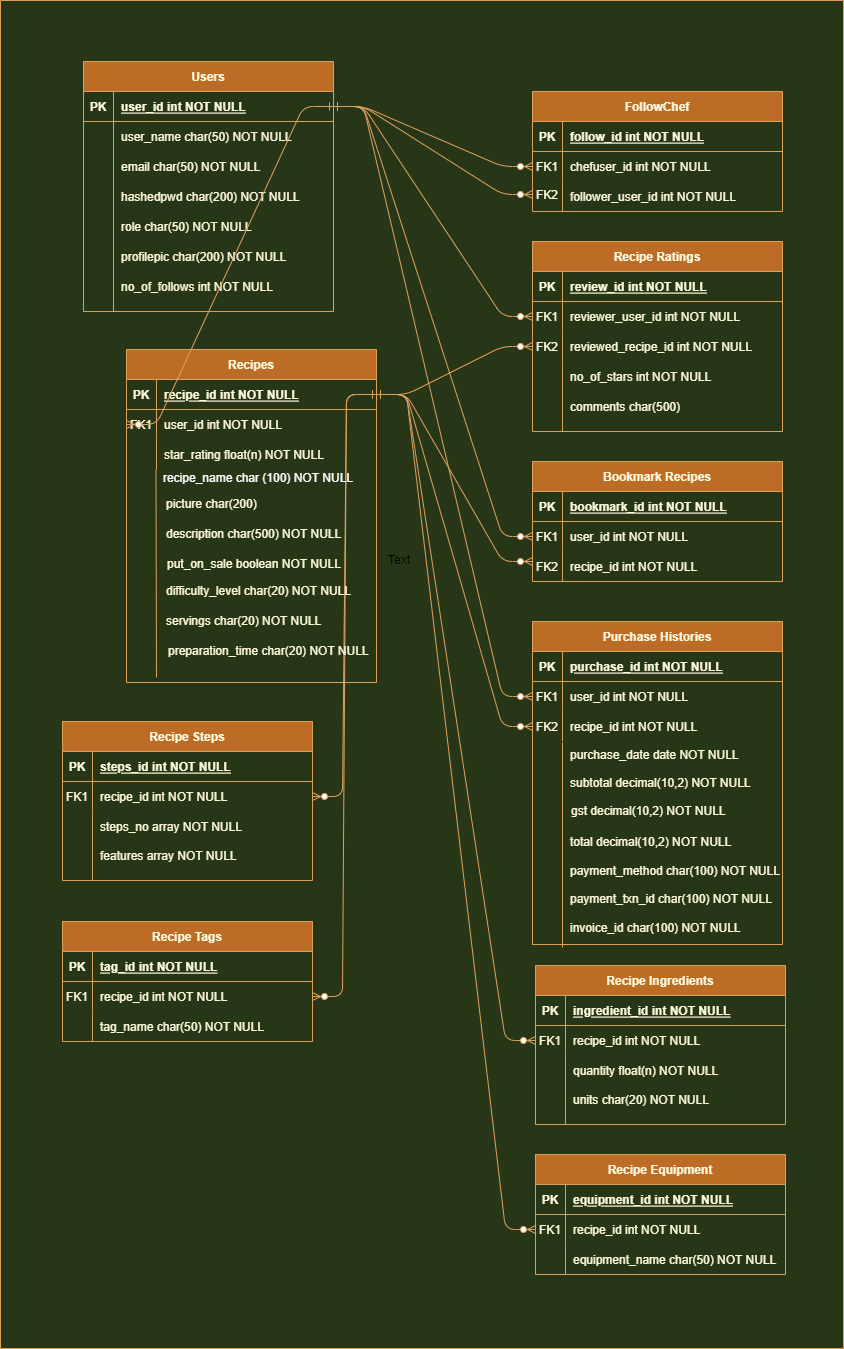
Earlier version of the draw.io export ERD.drawio.png (janiceyap/mod3-project-bakes). Source tidied: cells renumbered, new cells last; positions are measured from the earlier drawing's top-left corner, leaving out a move shared by most shapes.
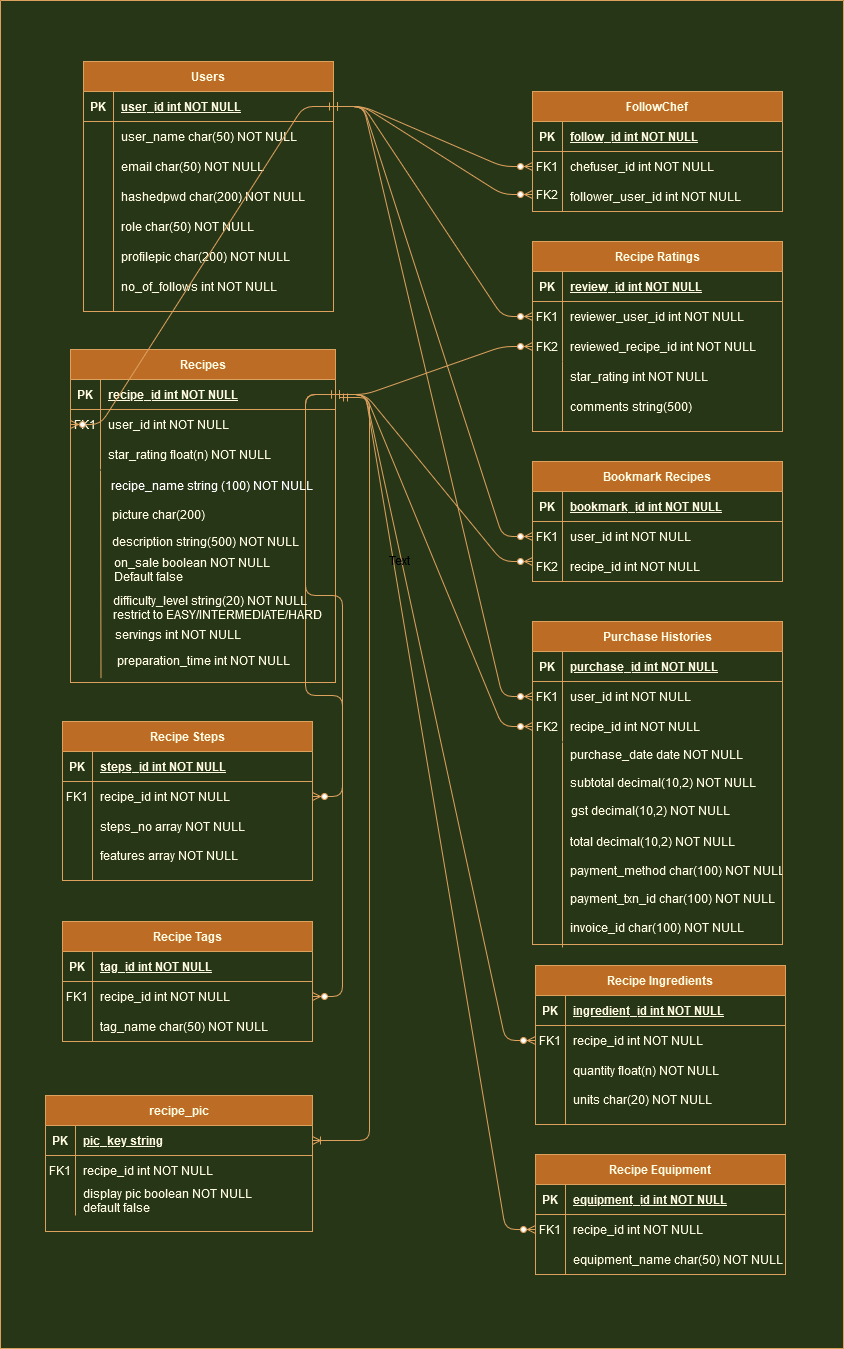
After the commit.

Commit message:
Update ERD for recipe pic and rating.drawio.png

Change to the diagram source:
```diff
@@ -82,7 +82,7 @@
     <mxCell id="27" value="FK2" style="shape=partialRectangle;overflow=hidden;fillColor=none;top=0;left=0;bottom=0;right=0;strokeColor=#DDA15E;fontColor=#FEFAE0;" parent="1" vertex="1">
       <mxGeometry x="532" y="331" width="30" height="30" as="geometry" />
     </mxCell>
-    <mxCell id="28" value="no_of_stars int NOT NULL" style="shape=partialRectangle;overflow=hidden;fillColor=none;top=0;left=0;bottom=0;right=0;align=left;spacingLeft=6;strokeColor=#DDA15E;fontColor=#FEFAE0;" parent="1" vertex="1">
+    <mxCell id="28" value="star_rating int NOT NULL" style="shape=partialRectangle;overflow=hidden;fillColor=none;top=0;left=0;bottom=0;right=0;align=left;spacingLeft=6;strokeColor=#DDA15E;fontColor=#FEFAE0;" parent="1" vertex="1">
       <mxGeometry x="562" y="361" width="220" height="30" as="geometry" />
     </mxCell>
     <mxCell id="29" style="endArrow=none;html=1;rounded=0;labelBackgroundColor=#283618;strokeColor=#DDA15E;fontColor=#FEFAE0;" parent="1" edge="1">
@@ -91,7 +91,7 @@
         <mxPoint x="562" y="431" as="targetPoint" />
       </mxGeometry>
     </mxCell>
-    <mxCell id="30" value="comments char(500)" style="shape=partialRectangle;overflow=hidden;fillColor=none;top=0;left=0;bottom=0;right=0;align=left;spacingLeft=6;strokeColor=#DDA15E;fontColor=#FEFAE0;" parent="1" vertex="1">
+    <mxCell id="30" value="comments string(500)" style="shape=partialRectangle;overflow=hidden;fillColor=none;top=0;left=0;bottom=0;right=0;align=left;spacingLeft=6;strokeColor=#DDA15E;fontColor=#FEFAE0;" parent="1" vertex="1">
       <mxGeometry x="562" y="391" width="220" height="30" as="geometry" />
     </mxCell>
     <mxCell id="31" value="Bookmark Recipes" style="shape=table;startSize=30;rowLines=0;fontStyle=1;align=center;fillColor=#BC6C25;strokeColor=#DDA15E;fontColor=#FEFAE0;" parent="1" vertex="1">
@@ -381,71 +381,101 @@
       <mxGeometry x="562" y="912" width="220" height="30" as="geometry" />
     </mxCell>
     <mxCell id="122" value="Recipes" style="shape=table;startSize=30;rowLines=0;fontStyle=1;align=center;fillColor=#BC6C25;strokeColor=#DDA15E;fontColor=#FEFAE0;" parent="81" vertex="1">
-      <mxGeometry x="126" y="349" width="250" height="333" as="geometry" />
+      <mxGeometry x="70" y="349" width="265" height="333" as="geometry" />
     </mxCell>
     <mxCell id="123" style="shape=partialRectangle;fillColor=none;points=[[0,0.5],[1,0.5]];portConstraint=eastwest;top=0;left=0;right=0;bottom=1;strokeColor=#DDA15E;fontColor=#FEFAE0;" parent="122" vertex="1">
-      <mxGeometry y="30" width="250" height="30" as="geometry" />
+      <mxGeometry y="30" width="265" height="30" as="geometry" />
     </mxCell>
     <mxCell id="124" value="PK" style="shape=partialRectangle;overflow=hidden;fillColor=none;top=0;left=0;bottom=0;right=0;fontStyle=1;strokeColor=#DDA15E;fontColor=#FEFAE0;" parent="123" vertex="1">
       <mxGeometry width="30" height="30" as="geometry" />
     </mxCell>
     <mxCell id="125" value="recipe_id int NOT NULL " style="shape=partialRectangle;overflow=hidden;fillColor=none;top=0;left=0;bottom=0;right=0;align=left;spacingLeft=6;fontStyle=5;strokeColor=#DDA15E;fontColor=#FEFAE0;" parent="123" vertex="1">
-      <mxGeometry x="30" width="220" height="30" as="geometry" />
+      <mxGeometry x="30" width="235" height="30" as="geometry" />
     </mxCell>
     <mxCell id="126" style="shape=partialRectangle;fillColor=none;points=[[0,0.5],[1,0.5]];portConstraint=eastwest;top=0;left=0;right=0;bottom=0;strokeColor=#DDA15E;fontColor=#FEFAE0;" parent="122" vertex="1">
-      <mxGeometry y="60" width="250" height="30" as="geometry" />
+      <mxGeometry y="60" width="265" height="30" as="geometry" />
     </mxCell>
     <mxCell id="127" value="FK1" style="shape=partialRectangle;overflow=hidden;fillColor=none;top=0;left=0;bottom=0;right=0;strokeColor=#DDA15E;fontColor=#FEFAE0;" parent="126" vertex="1">
       <mxGeometry width="30" height="30" as="geometry" />
     </mxCell>
     <mxCell id="128" value="user_id int NOT NULL" style="shape=partialRectangle;overflow=hidden;fillColor=none;top=0;left=0;bottom=0;right=0;align=left;spacingLeft=6;strokeColor=#DDA15E;fontColor=#FEFAE0;" parent="126" vertex="1">
-      <mxGeometry x="30" width="220" height="30" as="geometry" />
+      <mxGeometry x="30" width="235" height="30" as="geometry" />
     </mxCell>
     <mxCell id="129" style="shape=partialRectangle;fillColor=none;top=0;left=0;right=0;bottom=0;strokeColor=#DDA15E;fontColor=#FEFAE0;" parent="122" vertex="1">
-      <mxGeometry y="90" width="250" height="30" as="geometry" />
+      <mxGeometry y="90" width="265" height="30" as="geometry" />
     </mxCell>
     <mxCell id="130" style="shape=partialRectangle;overflow=hidden;fillColor=none;top=0;left=0;bottom=0;right=0;strokeColor=#DDA15E;fontColor=#FEFAE0;" parent="129" vertex="1">
       <mxGeometry width="30" height="30" as="geometry" />
     </mxCell>
     <mxCell id="131" value="star_rating float(n) NOT NULL" style="shape=partialRectangle;overflow=hidden;fillColor=none;top=0;left=0;bottom=0;right=0;align=left;spacingLeft=6;strokeColor=#DDA15E;fontColor=#FEFAE0;" parent="129" vertex="1">
-      <mxGeometry x="30" width="220" height="30" as="geometry" />
+      <mxGeometry x="30" width="235" height="30" as="geometry" />
     </mxCell>
     <mxCell id="132" value="picture char(200)" style="shape=partialRectangle;overflow=hidden;fillColor=none;top=0;left=0;bottom=0;right=0;align=left;spacingLeft=6;strokeColor=#DDA15E;fontColor=#FEFAE0;" parent="81" vertex="1">
-      <mxGeometry x="158" y="488" width="220" height="29" as="geometry" />
+      <mxGeometry x="104" y="499" width="220" height="29" as="geometry" />
     </mxCell>
     <mxCell id="133" style="endArrow=none;html=1;rounded=0;labelBackgroundColor=#283618;strokeColor=#DDA15E;fontColor=#FEFAE0;entryX=0.122;entryY=0.997;entryDx=0;entryDy=0;entryPerimeter=0;" parent="81" edge="1">
       <mxGeometry relative="1" as="geometry">
-        <mxPoint x="156" y="677" as="sourcePoint" />
-        <mxPoint x="155.5" y="468.9" as="targetPoint" />
+        <mxPoint x="100.5" y="678.1" as="sourcePoint" />
+        <mxPoint x="100" y="470" as="targetPoint" />
       </mxGeometry>
     </mxCell>
     <mxCell id="134" style="edgeStyle=entityRelationEdgeStyle;endArrow=ERzeroToMany;startArrow=ERone;endFill=1;startFill=0;labelBackgroundColor=#283618;strokeColor=#DDA15E;fontColor=#FEFAE0;" parent="81" edge="1" source="123" target="99">
       <mxGeometry relative="1" as="geometry" />
     </mxCell>
-    <mxCell id="135" value="description char(500) NOT NULL" style="shape=partialRectangle;overflow=hidden;fillColor=none;top=0;left=0;bottom=0;right=0;align=left;spacingLeft=6;strokeColor=#DDA15E;fontColor=#FEFAE0;" parent="81" vertex="1">
-      <mxGeometry x="158" y="518" width="220" height="29" as="geometry" />
+    <mxCell id="135" value="description string(500) NOT NULL" style="shape=partialRectangle;overflow=hidden;fillColor=none;top=0;left=0;bottom=0;right=0;align=left;spacingLeft=6;strokeColor=#DDA15E;fontColor=#FEFAE0;" parent="81" vertex="1">
+      <mxGeometry x="104" y="526" width="220" height="29" as="geometry" />
     </mxCell>
     <mxCell id="136" style="edgeStyle=entityRelationEdgeStyle;endArrow=ERzeroToMany;startArrow=ERone;endFill=1;startFill=0;labelBackgroundColor=#283618;strokeColor=#DDA15E;fontColor=#FEFAE0;entryX=0;entryY=0.5;entryDx=0;entryDy=0;exitX=1;exitY=0.5;exitDx=0;exitDy=0;" parent="81" edge="1" source="123" target="111">
       <mxGeometry relative="1" as="geometry" />
     </mxCell>
-    <mxCell id="137" value="put_on_sale boolean NOT NULL" style="shape=partialRectangle;overflow=hidden;fillColor=none;top=0;left=0;bottom=0;right=0;align=left;spacingLeft=6;strokeColor=#DDA15E;fontColor=#FEFAE0;" parent="81" vertex="1">
-      <mxGeometry x="159" y="548" width="220" height="29" as="geometry" />
+    <mxCell id="137" value="on_sale boolean NOT NULL&#10;Default false&#10;" style="shape=partialRectangle;overflow=hidden;fillColor=none;top=0;left=0;bottom=0;right=0;align=left;spacingLeft=6;strokeColor=#DDA15E;fontColor=#FEFAE0;" parent="81" vertex="1">
+      <mxGeometry x="106" y="554" width="220" height="29" as="geometry" />
     </mxCell>
     <mxCell id="138" style="edgeStyle=entityRelationEdgeStyle;endArrow=ERzeroToMany;startArrow=ERone;endFill=1;startFill=0;exitX=1;exitY=0.5;exitDx=0;exitDy=0;labelBackgroundColor=#283618;strokeColor=#DDA15E;fontColor=#FEFAE0;entryX=0;entryY=0.5;entryDx=0;entryDy=0;" parent="81" edge="1" source="83" target="126">
       <mxGeometry relative="1" as="geometry" />
     </mxCell>
-    <mxCell id="139" value="difficulty_level char(20) NOT NULL" style="shape=partialRectangle;overflow=hidden;fillColor=none;top=0;left=0;bottom=0;right=0;align=left;spacingLeft=6;strokeColor=#DDA15E;fontColor=#FEFAE0;" parent="81" vertex="1">
-      <mxGeometry x="158" y="575" width="220" height="29" as="geometry" />
+    <mxCell id="139" value="difficulty_level string(20) NOT NULL&#10;restrict to EASY/INTERMEDIATE/HARD&#10;" style="shape=partialRectangle;overflow=hidden;fillColor=none;top=0;left=0;bottom=0;right=0;align=left;spacingLeft=6;strokeColor=#DDA15E;fontColor=#FEFAE0;" parent="81" vertex="1">
+      <mxGeometry x="105" y="592" width="220" height="35" as="geometry" />
     </mxCell>
-    <mxCell id="140" value="servings char(20) NOT NULL" style="shape=partialRectangle;overflow=hidden;fillColor=none;top=0;left=0;bottom=0;right=0;align=left;spacingLeft=6;strokeColor=#DDA15E;fontColor=#FEFAE0;" parent="81" vertex="1">
-      <mxGeometry x="158" y="605" width="220" height="29" as="geometry" />
+    <mxCell id="140" value="servings int NOT NULL" style="shape=partialRectangle;overflow=hidden;fillColor=none;top=0;left=0;bottom=0;right=0;align=left;spacingLeft=6;strokeColor=#DDA15E;fontColor=#FEFAE0;" parent="81" vertex="1">
+      <mxGeometry x="110" y="619" width="220" height="29" as="geometry" />
     </mxCell>
-    <mxCell id="141" value="preparation_time char(20) NOT NULL" style="shape=partialRectangle;overflow=hidden;fillColor=none;top=0;left=0;bottom=0;right=0;align=left;spacingLeft=6;strokeColor=#DDA15E;fontColor=#FEFAE0;" parent="81" vertex="1">
-      <mxGeometry x="160" y="635" width="220" height="29" as="geometry" />
+    <mxCell id="141" value="preparation_time int NOT NULL" style="shape=partialRectangle;overflow=hidden;fillColor=none;top=0;left=0;bottom=0;right=0;align=left;spacingLeft=6;strokeColor=#DDA15E;fontColor=#FEFAE0;" parent="81" vertex="1">
+      <mxGeometry x="109" y="645" width="220" height="29" as="geometry" />
     </mxCell>
-    <mxCell id="142" value="recipe_name char (100) NOT NULL" style="text;html=1;align=center;verticalAlign=middle;whiteSpace=wrap;rounded=0;fontColor=#FFFFFF;" parent="81" vertex="1">
-      <mxGeometry x="158" y="463" width="200" height="30" as="geometry" />
+    <mxCell id="142" value="recipe_name string (100) NOT NULL" style="text;html=1;align=center;verticalAlign=middle;whiteSpace=wrap;rounded=0;fontColor=#FFFFFF;" parent="81" vertex="1">
+      <mxGeometry x="104" y="470" width="218" height="30" as="geometry" />
     </mxCell>
+    <mxCell id="147" value="recipe_pic" style="shape=table;startSize=30;rowLines=0;fontStyle=1;align=center;fillColor=#BC6C25;strokeColor=#DDA15E;fontColor=#FEFAE0;" parent="81" vertex="1">
+      <mxGeometry x="45" y="1095" width="267" height="136" as="geometry" />
+    </mxCell>
+    <mxCell id="148" style="shape=partialRectangle;fillColor=none;points=[[0,0.5],[1,0.5]];portConstraint=eastwest;top=0;left=0;right=0;bottom=1;strokeColor=#DDA15E;fontColor=#FEFAE0;" parent="147" vertex="1">
+      <mxGeometry y="30" width="267" height="30" as="geometry" />
+    </mxCell>
+    <mxCell id="149" value="PK" style="shape=partialRectangle;overflow=hidden;fillColor=none;top=0;left=0;bottom=0;right=0;fontStyle=1;strokeColor=#DDA15E;fontColor=#FEFAE0;" parent="148" vertex="1">
+      <mxGeometry width="30" height="30" as="geometry" />
+    </mxCell>
+    <mxCell id="150" value="pic_key string" style="shape=partialRectangle;overflow=hidden;fillColor=none;top=0;left=0;bottom=0;right=0;align=left;spacingLeft=6;fontStyle=5;strokeColor=#DDA15E;fontColor=#FEFAE0;" parent="148" vertex="1">
+      <mxGeometry x="30" width="237" height="30" as="geometry" />
+    </mxCell>
+    <mxCell id="151" style="shape=partialRectangle;fillColor=none;top=0;left=0;right=0;bottom=0;strokeColor=#DDA15E;fontColor=#FEFAE0;" parent="147" vertex="1">
+      <mxGeometry y="60" width="267" height="30" as="geometry" />
+    </mxCell>
+    <mxCell id="152" value="FK1" style="shape=partialRectangle;overflow=hidden;fillColor=none;top=0;left=0;bottom=0;right=0;strokeColor=#DDA15E;fontColor=#FEFAE0;" parent="151" vertex="1">
+      <mxGeometry width="30" height="30" as="geometry" />
+    </mxCell>
+    <mxCell id="153" value="recipe_id int NOT NULL" style="shape=partialRectangle;overflow=hidden;fillColor=none;top=0;left=0;bottom=0;right=0;align=left;spacingLeft=6;strokeColor=#DDA15E;fontColor=#FEFAE0;" parent="151" vertex="1">
+      <mxGeometry x="30" width="237" height="30" as="geometry" />
+    </mxCell>
+    <mxCell id="154" style="shape=partialRectangle;fillColor=none;top=0;left=0;right=0;bottom=0;strokeColor=#DDA15E;fontColor=#FEFAE0;" parent="147" vertex="1">
+      <mxGeometry y="90" width="267" height="30" as="geometry" />
+    </mxCell>
+    <mxCell id="155" style="shape=partialRectangle;overflow=hidden;fillColor=none;top=0;left=0;bottom=0;right=0;strokeColor=#DDA15E;fontColor=#FEFAE0;" parent="154" vertex="1">
+      <mxGeometry width="30" height="30" as="geometry" />
+    </mxCell>
+    <mxCell id="156" value="display pic boolean NOT NULL&#10;default false&#10;" style="shape=partialRectangle;overflow=hidden;fillColor=none;top=0;left=0;bottom=0;right=0;align=left;spacingLeft=6;strokeColor=#DDA15E;fontColor=#FEFAE0;" parent="154" vertex="1">
+      <mxGeometry x="30" width="237" height="30" as="geometry" />
+    </mxCell>
     <mxCell id="143" value="subtotal decimal(10,2) NOT NULL" style="shape=partialRectangle;overflow=hidden;fillColor=none;top=0;left=0;bottom=0;right=0;align=left;spacingLeft=6;strokeColor=#DDA15E;fontColor=#FEFAE0;" parent="1" vertex="1">
       <mxGeometry x="562" y="767" width="220" height="30" as="geometry" />
     </mxCell>
@@ -461,5 +491,10 @@
     <mxCell id="146" value="Text" style="text;html=1;strokeColor=none;fillColor=none;align=center;verticalAlign=middle;whiteSpace=wrap;rounded=0;" parent="1" vertex="1">
       <mxGeometry x="369" y="545" width="60" height="30" as="geometry" />
     </mxCell>
+    <mxCell id="157" style="edgeStyle=entityRelationEdgeStyle;fontSize=12;html=1;endArrow=ERoneToMany;startArrow=ERmandOne;rounded=1;fontColor=#FFFFFF;entryX=1;entryY=0.5;entryDx=0;entryDy=0;strokeColor=#DDA15E;" parent="1" edge="1" target="148">
+      <mxGeometry relative="1" as="geometry">
+        <mxPoint x="339" y="397" as="sourcePoint" />
+      </mxGeometry>
+    </mxCell>
   </root>
 </mxGraphModel>
```
